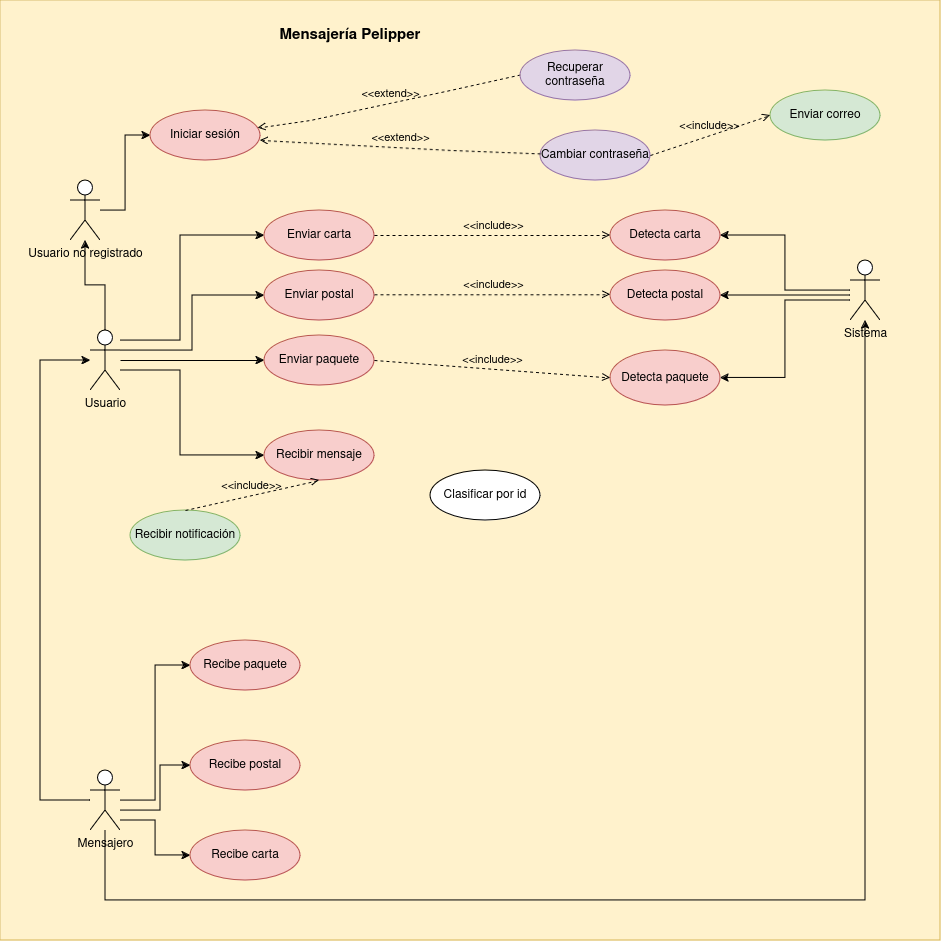
Above: DiagramaCasouso.drawio.png in Santyew/RecordVideoGG (draw.io), before the change. Source tidied: cells renumbered, new cells last; positions are measured from the earlier drawing's top-left corner, leaving out a move shared by most shapes.
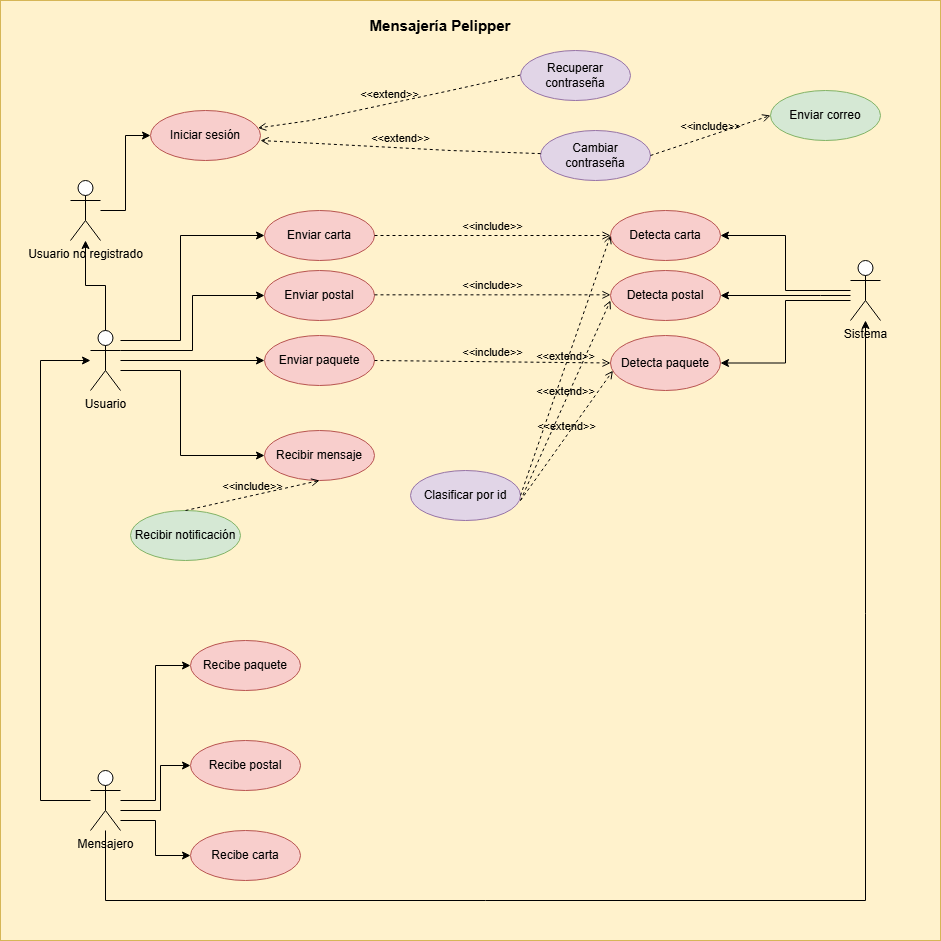
Above is the later version.

Diff of the diagram source:
```diff
@@ -50,7 +50,7 @@
       <mxGeometry relative="1" as="geometry">
         <Array as="points">
           <mxPoint x="785" y="300" />
-          <mxPoint x="785" y="378" />
+          <mxPoint x="785" y="363" />
         </Array>
       </mxGeometry>
     </mxCell>
@@ -117,7 +117,7 @@
       <mxGeometry x="90" y="770" width="30" height="60" as="geometry" />
     </mxCell>
     <mxCell id="25" value="&lt;b&gt;&lt;font style=&quot;font-size: 15px;&quot;&gt;Mensajería Pelipper&lt;/font&gt;&lt;/b&gt;" style="text;html=1;align=center;verticalAlign=middle;whiteSpace=wrap;rounded=0;" parent="1" vertex="1">
-      <mxGeometry x="240" y="20" width="220" height="30" as="geometry" />
+      <mxGeometry x="330" y="10" width="220" height="30" as="geometry" />
     </mxCell>
     <mxCell id="26" value="Recibe paquete" style="ellipse;whiteSpace=wrap;html=1;fillColor=#f8cecc;strokeColor=#b85450;" parent="1" vertex="1">
       <mxGeometry x="190" y="640" width="110" height="50" as="geometry" />
@@ -132,10 +132,10 @@
       <mxGeometry x="610" y="270" width="110" height="50" as="geometry" />
     </mxCell>
     <mxCell id="30" value="Detecta paquete" style="ellipse;whiteSpace=wrap;html=1;fillColor=#f8cecc;strokeColor=#b85450;" parent="1" vertex="1">
-      <mxGeometry x="610" y="350" width="110" height="55" as="geometry" />
+      <mxGeometry x="610" y="335" width="110" height="55" as="geometry" />
     </mxCell>
-    <mxCell id="31" value="Clasificar por id" style="ellipse;whiteSpace=wrap;html=1;" parent="1" vertex="1">
-      <mxGeometry x="430" y="470" width="110" height="50" as="geometry" />
+    <mxCell id="31" value="Clasificar por id" style="ellipse;whiteSpace=wrap;html=1;fillColor=#e1d5e7;strokeColor=#9673a6;" parent="1" vertex="1">
+      <mxGeometry x="410" y="470" width="110" height="50" as="geometry" />
     </mxCell>
     <mxCell id="32" style="edgeStyle=orthogonalEdgeStyle;rounded=0;jettySize=auto;html=1;entryX=0;entryY=0.5;entryDx=0;entryDy=0;" parent="1" edge="1" source="34" target="35">
       <mxGeometry relative="1" as="geometry" />
@@ -195,5 +195,19 @@
         <mxPoint x="374" y="360" as="sourcePoint" />
       </mxGeometry>
     </mxCell>
+    <mxCell id="45" value="&amp;lt;&amp;lt;extend&amp;gt;&amp;gt;" style="html=1;verticalAlign=bottom;labelBackgroundColor=none;endArrow=open;endFill=0;dashed=1;rounded=0;entryX=0;entryY=0.5;entryDx=0;entryDy=0;exitX=1;exitY=0.5;exitDx=0;exitDy=0;" parent="1" edge="1" source="31" target="27">
+      <mxGeometry relative="1" as="geometry" />
+    </mxCell>
+    <mxCell id="46" value="&amp;lt;&amp;lt;extend&amp;gt;&amp;gt;" style="html=1;verticalAlign=bottom;labelBackgroundColor=none;endArrow=open;endFill=0;dashed=1;rounded=0;" parent="1" edge="1">
+      <mxGeometry relative="1" as="geometry">
+        <mxPoint x="520" y="500" as="sourcePoint" />
+        <mxPoint x="610" y="300" as="targetPoint" />
+      </mxGeometry>
+    </mxCell>
+    <mxCell id="47" value="&amp;lt;&amp;lt;extend&amp;gt;&amp;gt;" style="html=1;verticalAlign=bottom;labelBackgroundColor=none;endArrow=open;endFill=0;dashed=1;rounded=0;entryX=0.022;entryY=0.64;entryDx=0;entryDy=0;entryPerimeter=0;" parent="1" edge="1" target="30">
+      <mxGeometry relative="1" as="geometry">
+        <mxPoint x="520" y="500" as="sourcePoint" />
+      </mxGeometry>
+    </mxCell>
   </root>
 </mxGraphModel>
```
